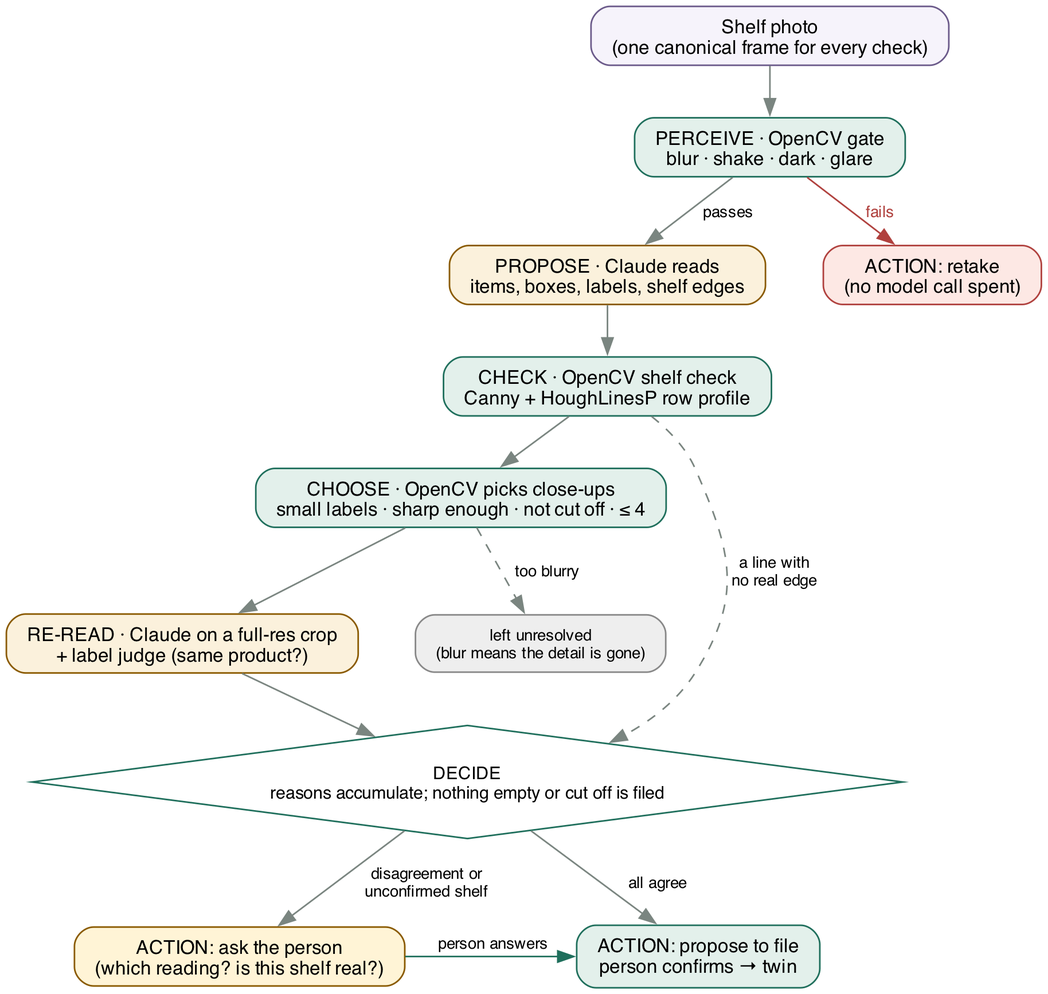
Before: docs/architecture/agent_loop.png, a diagram exported from Graphviz (juanpark/glass-pantry-opencv). Its source is kept beside it as docs/architecture/agent_loop.dot. The source it was exported from:
```dot
digraph loop {
  rankdir=TB; nodesep=0.5; ranksep=0.45; bgcolor="white";
  node [shape=box, style="rounded,filled", fontname="Helvetica", fontsize=12, fillcolor="#e3f0eb", color="#1f6f5c", margin="0.18,0.08"];
  edge [fontname="Helvetica", fontsize=10, color="#7a8580"];

  photo   [label="Shelf photo\n(one canonical frame for every check)", fillcolor="#f6f3fb", color="#6b5a8a"];
  gate    [label="PERCEIVE · OpenCV gate\nblur · shake · dark · glare"];
  read    [label="PROPOSE · Claude reads\nitems, boxes, labels, shelf edges", fillcolor="#fbf1dc", color="#8a5a00"];
  shelf   [label="CHECK · OpenCV shelf check\nCanny + HoughLinesP row profile"];
  pick    [label="CHOOSE · OpenCV picks close-ups\nsmall labels · sharp enough · not cut off · ≤ 4"];
  zoom    [label="RE-READ · Claude on a full-res crop\n+ label judge (same product?)", fillcolor="#fbf1dc", color="#8a5a00"];
  decide  [label="DECIDE\nreasons accumulate; nothing empty or cut off is filed", shape=diamond, style="filled", fillcolor="#ffffff", fontsize=11];
  retake  [label="ACTION: retake\n(no model call spent)", fillcolor="#fde8e4", color="#b0413e"];
  ask     [label="ACTION: ask the person\n(which reading? is this shelf real?)", fillcolor="#fff4d6", color="#8a5a00"];
  file    [label="ACTION: propose to file\nperson confirms → twin", fillcolor="#e3f0eb"];
  skip    [label="left unresolved\n(blur means the detail is gone)", fillcolor="#eeeeee", color="#888888", fontsize=10];

  photo -> gate;
  gate -> retake [label=" fails", color="#b0413e", fontcolor="#b0413e"];
  gate -> read [label=" passes"];
  read -> shelf -> pick -> zoom -> decide;
  shelf -> decide [label=" a line with\n no real edge", style=dashed];
  pick -> skip [label=" too blurry", style=dashed];
  decide -> ask [label=" disagreement or\n unconfirmed shelf"];
  decide -> file [label=" all agree"];
  ask -> file [label=" person answers", color="#1f6f5c"];
  { rank=same; retake; read; }
  { rank=same; ask; file; }
}
```
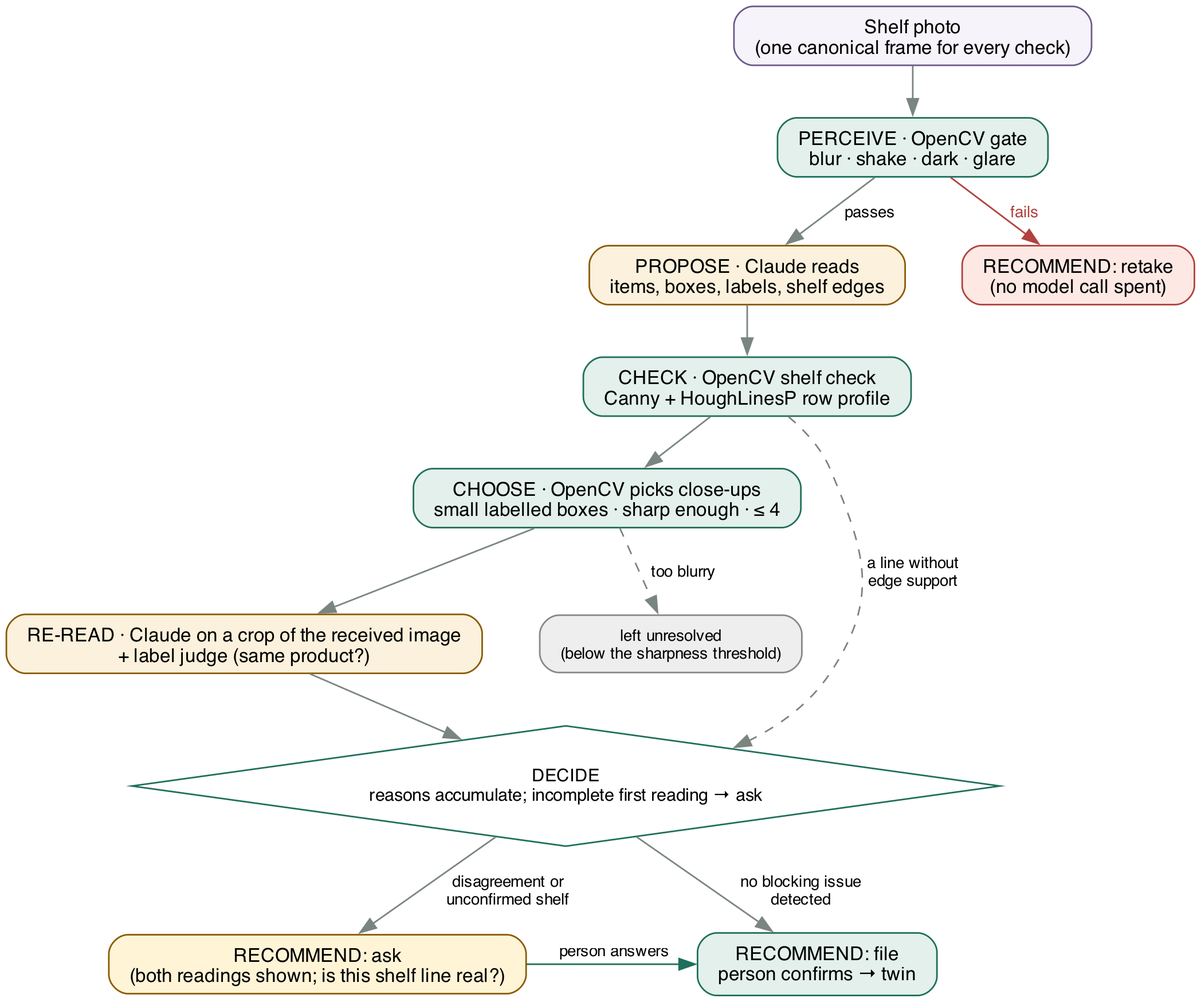
Above is the later version.

Diff of the diagram source:
```diff
@@ -7,22 +7,22 @@
   gate    [label="PERCEIVE · OpenCV gate\nblur · shake · dark · glare"];
   read    [label="PROPOSE · Claude reads\nitems, boxes, labels, shelf edges", fillcolor="#fbf1dc", color="#8a5a00"];
   shelf   [label="CHECK · OpenCV shelf check\nCanny + HoughLinesP row profile"];
-  pick    [label="CHOOSE · OpenCV picks close-ups\nsmall labels · sharp enough · not cut off · ≤ 4"];
-  zoom    [label="RE-READ · Claude on a full-res crop\n+ label judge (same product?)", fillcolor="#fbf1dc", color="#8a5a00"];
-  decide  [label="DECIDE\nreasons accumulate; nothing empty or cut off is filed", shape=diamond, style="filled", fillcolor="#ffffff", fontsize=11];
-  retake  [label="ACTION: retake\n(no model call spent)", fillcolor="#fde8e4", color="#b0413e"];
-  ask     [label="ACTION: ask the person\n(which reading? is this shelf real?)", fillcolor="#fff4d6", color="#8a5a00"];
-  file    [label="ACTION: propose to file\nperson confirms → twin", fillcolor="#e3f0eb"];
-  skip    [label="left unresolved\n(blur means the detail is gone)", fillcolor="#eeeeee", color="#888888", fontsize=10];
+  pick    [label="CHOOSE · OpenCV picks close-ups\nsmall labelled boxes · sharp enough · ≤ 4"];
+  zoom    [label="RE-READ · Claude on a crop of the received image\n+ label judge (same product?)", fillcolor="#fbf1dc", color="#8a5a00"];
+  decide  [label="DECIDE\nreasons accumulate; incomplete first reading → ask", shape=diamond, style="filled", fillcolor="#ffffff", fontsize=11];
+  retake  [label="RECOMMEND: retake\n(no model call spent)", fillcolor="#fde8e4", color="#b0413e"];
+  ask     [label="RECOMMEND: ask\n(both readings shown; is this shelf line real?)", fillcolor="#fff4d6", color="#8a5a00"];
+  file    [label="RECOMMEND: file\nperson confirms → twin", fillcolor="#e3f0eb"];
+  skip    [label="left unresolved\n(below the sharpness threshold)", fillcolor="#eeeeee", color="#888888", fontsize=10];
 
   photo -> gate;
   gate -> retake [label=" fails", color="#b0413e", fontcolor="#b0413e"];
   gate -> read [label=" passes"];
   read -> shelf -> pick -> zoom -> decide;
-  shelf -> decide [label=" a line with\n no real edge", style=dashed];
+  shelf -> decide [label=" a line without\n edge support", style=dashed];
   pick -> skip [label=" too blurry", style=dashed];
   decide -> ask [label=" disagreement or\n unconfirmed shelf"];
-  decide -> file [label=" all agree"];
+  decide -> file [label=" no blocking issue\n detected"];
   ask -> file [label=" person answers", color="#1f6f5c"];
   { rank=same; retake; read; }
   { rank=same; ask; file; }
```
